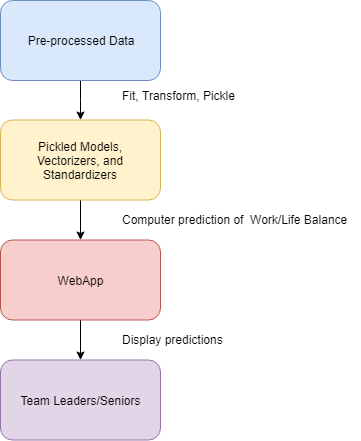
Above: img/webapp_flowchart.png in qinj/Internal_Sentiment_Towards_Workplace (draw.io), before the change. Source tidied: cells renumbered, new cells last; positions are measured from the earlier drawing's top-left corner, leaving out a move shared by most shapes.
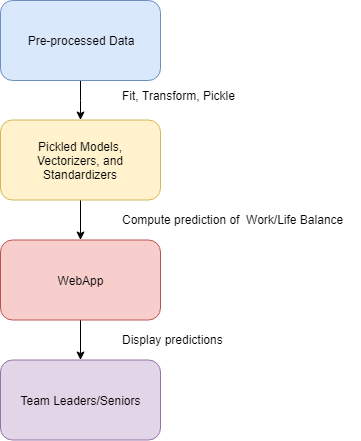
The same diagram one commit later.

Diff of the diagram source:
```diff
@@ -23,7 +23,7 @@
     <mxCell id="8" value="Team Leaders/Seniors&lt;br&gt;" style="rounded=1;whiteSpace=wrap;html=1;fillColor=#e1d5e7;strokeColor=#9673a6;" parent="1" vertex="1">
       <mxGeometry y="359.5" width="160" height="80" as="geometry" />
     </mxCell>
-    <mxCell id="9" value="Computer prediction of&amp;nbsp; Work/Life Balance&lt;br&gt;" style="text;html=1;align=left;verticalAlign=top;spacingTop=-4;" parent="1" vertex="1">
+    <mxCell id="9" value="Compute prediction of&amp;nbsp; Work/Life Balance&lt;br&gt;" style="text;html=1;align=left;verticalAlign=top;spacingTop=-4;" parent="1" vertex="1">
       <mxGeometry x="120" y="209.5" width="240" height="20" as="geometry" />
     </mxCell>
     <mxCell id="10" value="&lt;span&gt;Display predictions&lt;/span&gt;" style="text;html=1;align=left;verticalAlign=top;spacingTop=-4;" parent="1" vertex="1">
```
